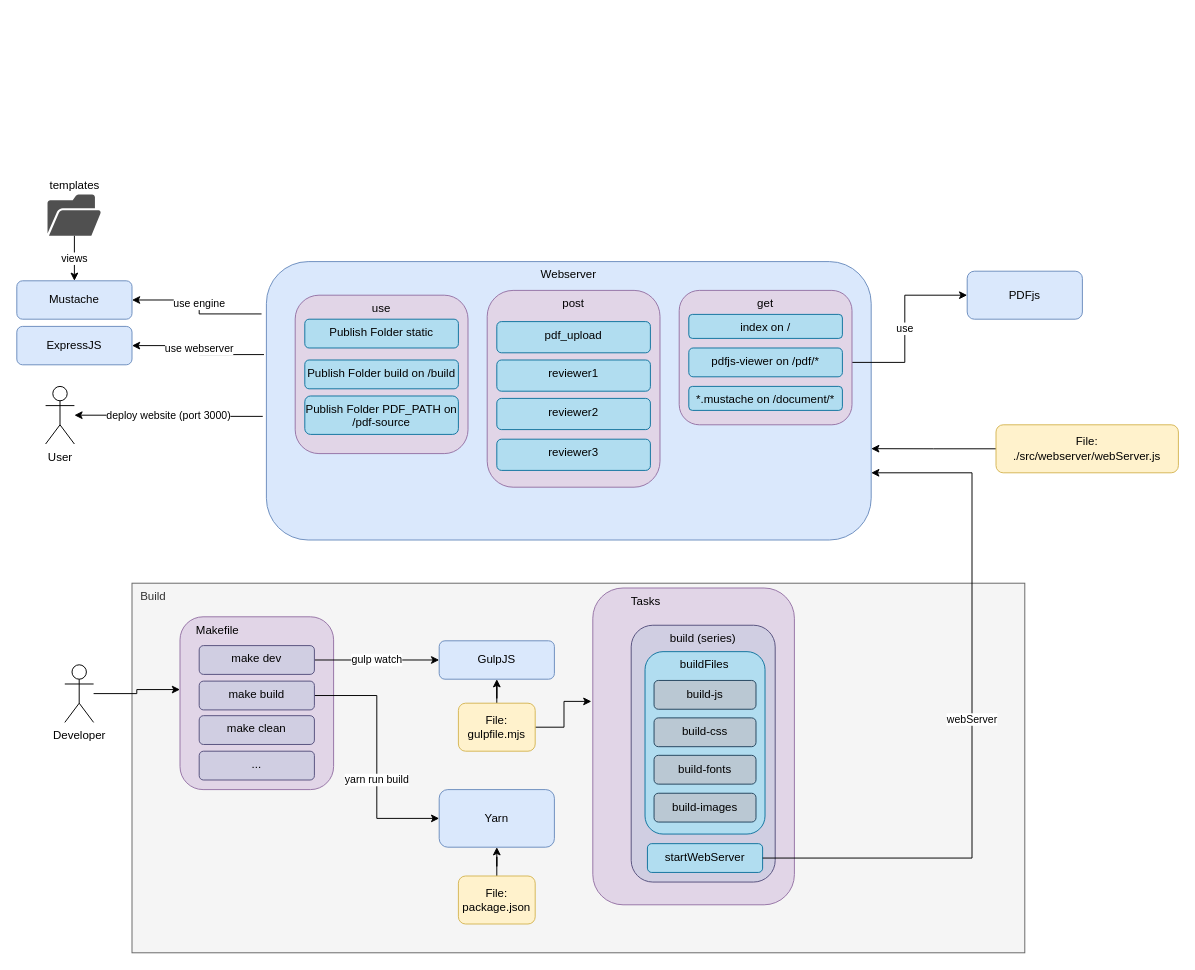
The draw.io diagram page "Content Server" (1 of 3) of content-server/docs/architecture.drawio in UKPLab/CARE, before the edit. Source tidied: cells renumbered, new cells numbered last; positions are measured from the earlier drawing's top-left corner, leaving out a move shared by most shapes. Both pictures are drawn from the tidied source at 96%, with x=0, y=0 at pixel (16, 194).
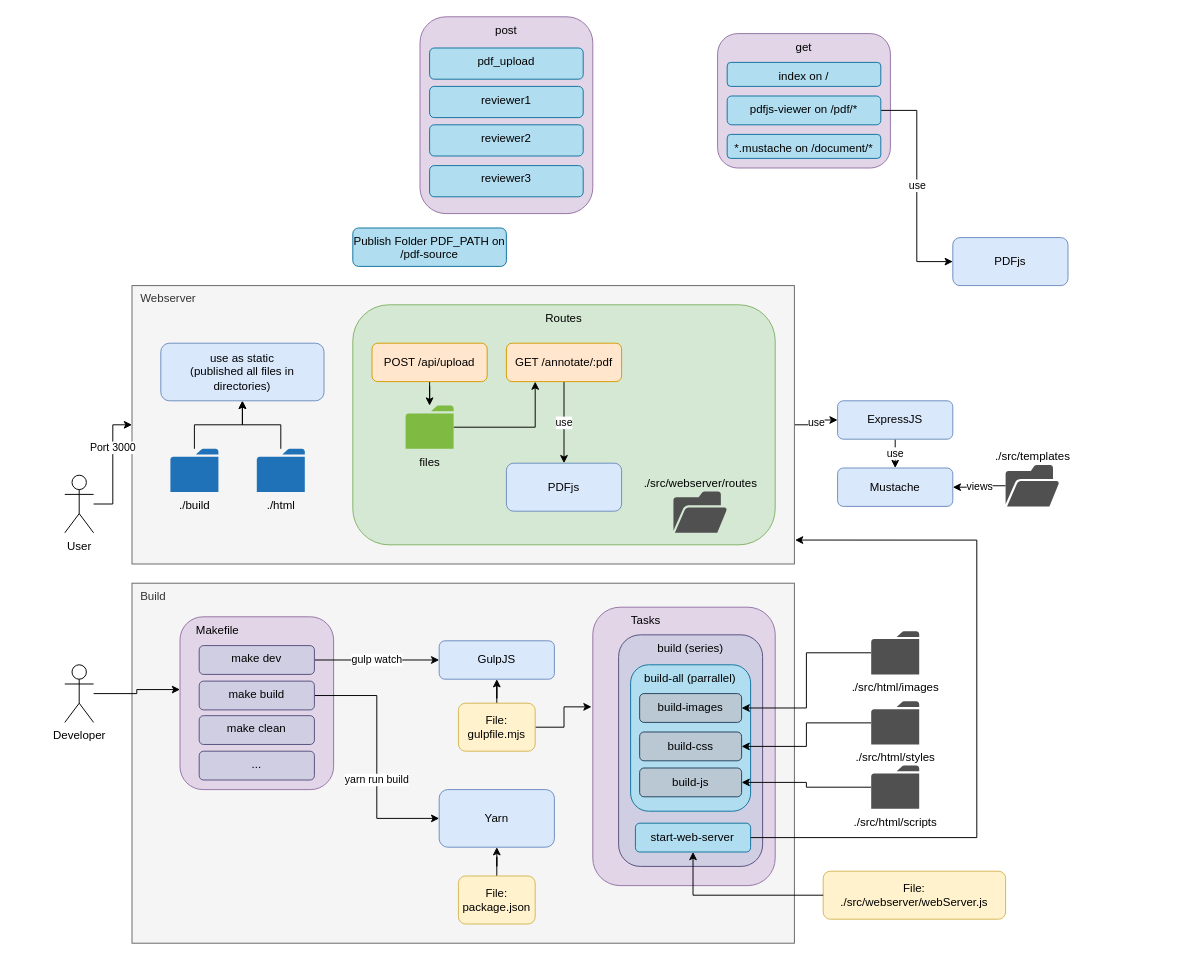
The same diagram, later.

Diff of the diagram source:
```diff
@@
+    <mxCell id="54" value="get" style="rounded=1;whiteSpace=wrap;html=1;align=center;verticalAlign=top;fillColor=#e1d5e7;strokeColor=#9673a6;" parent="1" vertex="1">
+      <mxGeometry x="730" y="-167.5" width="180" height="140" as="geometry" />
+    </mxCell>
     <mxCell id="2" value="Build" style="rounded=0;whiteSpace=wrap;html=1;align=left;verticalAlign=top;spacingLeft=7;fillColor=#f5f5f5;strokeColor=#666666;fontColor=#333333;" parent="1" vertex="1">
-      <mxGeometry x="120" y="405" width="930" height="385" as="geometry" />
+      <mxGeometry x="120" y="405" width="690" height="375" as="geometry" />
     </mxCell>
     <mxCell id="3" value="User" style="shape=umlActor;verticalLabelPosition=bottom;verticalAlign=top;html=1;outlineConnect=0;" parent="1" vertex="1">
-      <mxGeometry x="30" y="200" width="30" height="60" as="geometry" />
+      <mxGeometry x="50" y="292.5" width="30" height="60" as="geometry" />
     </mxCell>
-    <mxCell id="4" value="deploy website (port 3000)" style="edgeStyle=orthogonalEdgeStyle;rounded=0;jettySize=auto;html=1;exitX=-0.006;exitY=0.556;exitDx=0;exitDy=0;exitPerimeter=0;" parent="1" edge="1" source="7" target="3">
-      <mxGeometry relative="1" as="geometry" />
-    </mxCell>
-    <mxCell id="5" value="use engine" style="edgeStyle=orthogonalEdgeStyle;rounded=0;jettySize=auto;html=1;entryX=1;entryY=0.5;entryDx=0;entryDy=0;exitX=-0.008;exitY=0.188;exitDx=0;exitDy=0;exitPerimeter=0;" parent="1" edge="1" source="7" target="37">
-      <mxGeometry relative="1" as="geometry" />
-    </mxCell>
-    <mxCell id="6" value="use webserver" style="edgeStyle=orthogonalEdgeStyle;rounded=0;jettySize=auto;html=1;entryX=1;entryY=0.5;entryDx=0;entryDy=0;exitX=-0.004;exitY=0.334;exitDx=0;exitDy=0;exitPerimeter=0;" parent="1" edge="1" source="7" target="42">
+    <mxCell id="6" value="use" style="edgeStyle=orthogonalEdgeStyle;rounded=0;jettySize=auto;html=1;entryX=0;entryY=0.5;entryDx=0;entryDy=0;" parent="1" edge="1" source="7" target="42">
       <mxGeometry relative="1" as="geometry" />
     </mxCell>
-    <mxCell id="7" value="Webserver" style="rounded=1;whiteSpace=wrap;html=1;fillColor=#dae8fc;strokeColor=#6c8ebf;verticalAlign=top;" parent="1" vertex="1">
-      <mxGeometry x="260" y="70" width="630" height="290" as="geometry" />
+    <mxCell id="7" value="Webserver" style="rounded=0;whiteSpace=wrap;html=1;fillColor=#f5f5f5;strokeColor=#666666;verticalAlign=top;align=left;fontColor=#333333;spacingLeft=7;" parent="1" vertex="1">
+      <mxGeometry x="120" y="95" width="690" height="290" as="geometry" />
     </mxCell>
@@
-    <mxCell id="25" value="Tasks" style="rounded=1;whiteSpace=wrap;html=1;align=left;verticalAlign=top;spacingLeft=38;fillColor=#e1d5e7;strokeColor=#9673a6;" parent="1" vertex="1">
-      <mxGeometry x="600" y="410" width="210" height="330" as="geometry" />
-    </mxCell>
-    <mxCell id="26" style="group;" parent="1" vertex="1">
-      <mxGeometry x="640" y="448.8" width="150" height="267.5" as="geometry" />
-    </mxCell>
-    <mxCell id="27" value="build (series)" style="rounded=1;whiteSpace=wrap;html=1;align=center;verticalAlign=top;fillColor=#d0cee2;strokeColor=#56517e;" parent="26" vertex="1">
-      <mxGeometry width="150" height="267.5" as="geometry" />
-    </mxCell>
-    <mxCell id="28" value="buildFiles" style="rounded=1;whiteSpace=wrap;html=1;align=center;verticalAlign=top;fillColor=#b1ddf0;strokeColor=#10739e;" parent="26" vertex="1">
-      <mxGeometry x="14.4" y="27.5" width="125" height="190" as="geometry" />
-    </mxCell>
-    <mxCell id="29" value="build-js" style="rounded=1;whiteSpace=wrap;html=1;align=center;verticalAlign=middle;fillColor=#bac8d3;strokeColor=#23445d;" parent="26" vertex="1">
-      <mxGeometry x="23.8" y="57.5" width="106.2" height="30" as="geometry" />
-    </mxCell>
-    <mxCell id="30" value="build-css" style="rounded=1;whiteSpace=wrap;html=1;align=center;verticalAlign=middle;fillColor=#bac8d3;strokeColor=#23445d;" parent="26" vertex="1">
-      <mxGeometry x="23.8" y="96.5" width="106.2" height="30" as="geometry" />
-    </mxCell>
-    <mxCell id="31" value="build-fonts" style="rounded=1;whiteSpace=wrap;html=1;align=center;verticalAlign=middle;fillColor=#bac8d3;strokeColor=#23445d;" parent="26" vertex="1">
-      <mxGeometry x="23.8" y="135.5" width="106.2" height="30" as="geometry" />
-    </mxCell>
-    <mxCell id="32" value="build-images" style="rounded=1;whiteSpace=wrap;html=1;align=center;verticalAlign=middle;fillColor=#bac8d3;strokeColor=#23445d;" parent="26" vertex="1">
-      <mxGeometry x="23.8" y="175" width="106.2" height="30" as="geometry" />
-    </mxCell>
-    <mxCell id="33" value="startWebServer" style="rounded=1;whiteSpace=wrap;html=1;align=center;verticalAlign=middle;fillColor=#b1ddf0;strokeColor=#10739e;" parent="26" vertex="1">
-      <mxGeometry x="16.9" y="227.5" width="120" height="30" as="geometry" />
-    </mxCell>
-    <mxCell id="34" value="webServer" style="edgeStyle=orthogonalEdgeStyle;rounded=0;jettySize=auto;html=1;exitX=1;exitY=0.5;exitDx=0;exitDy=0;" parent="1" edge="1" source="33">
-      <mxGeometry relative="1" as="geometry">
-        <mxPoint x="890" y="290" as="targetPoint" />
-        <Array as="points">
-          <mxPoint x="995" y="691" />
-          <mxPoint x="995" y="290" />
-          <mxPoint x="890" y="290" />
-        </Array>
-      </mxGeometry>
-    </mxCell>
-    <mxCell id="35" style="edgeStyle=orthogonalEdgeStyle;rounded=0;jettySize=auto;html=1;entryX=1;entryY=0.672;entryDx=0;entryDy=0;entryPerimeter=0;" parent="1" edge="1" source="36" target="7">
-      <mxGeometry relative="1" as="geometry" />
-    </mxCell>
     <mxCell id="36" value="File:&lt;br&gt;./src/webserver/webServer.js" style="whiteSpace=wrap;html=1;rounded=1;align=center;verticalAlign=middle;fillColor=#fff2cc;strokeColor=#d6b656;" parent="1" vertex="1">
-      <mxGeometry x="1020" y="240" width="190" height="50" as="geometry" />
+      <mxGeometry x="840" y="705" width="190" height="50" as="geometry" />
     </mxCell>
     <mxCell id="37" value="Mustache" style="rounded=1;whiteSpace=wrap;html=1;align=center;verticalAlign=middle;fillColor=#dae8fc;strokeColor=#6c8ebf;" parent="1" vertex="1">
-      <mxGeometry y="90" width="120" height="40" as="geometry" />
+      <mxGeometry x="855" y="285" width="120" height="40" as="geometry" />
     </mxCell>
-    <mxCell id="38" value="use" style="rounded=1;whiteSpace=wrap;html=1;align=center;verticalAlign=top;fillColor=#e1d5e7;strokeColor=#9673a6;" parent="1" vertex="1">
-      <mxGeometry x="290" y="105" width="180" height="165" as="geometry" />
-    </mxCell>
-    <mxCell id="39" value="Publish Folder static" style="rounded=1;whiteSpace=wrap;html=1;align=center;verticalAlign=top;fillColor=#b1ddf0;strokeColor=#10739e;" parent="1" vertex="1">
-      <mxGeometry x="300" y="130" width="160" height="30" as="geometry" />
-    </mxCell>
-    <mxCell id="40" value="Publish Folder build on /build" style="rounded=1;whiteSpace=wrap;html=1;align=center;verticalAlign=top;fillColor=#b1ddf0;strokeColor=#10739e;" parent="1" vertex="1">
-      <mxGeometry x="300" y="172.5" width="160" height="30" as="geometry" />
-    </mxCell>
     <mxCell id="41" value="Publish Folder PDF_PATH on /pdf-source" style="rounded=1;whiteSpace=wrap;html=1;align=center;verticalAlign=top;fillColor=#b1ddf0;strokeColor=#10739e;" parent="1" vertex="1">
-      <mxGeometry x="300" y="210" width="160" height="40" as="geometry" />
+      <mxGeometry x="350" y="35" width="160" height="40" as="geometry" />
     </mxCell>
+    <mxCell id="58" value="use" style="edgeStyle=orthogonalEdgeStyle;rounded=0;jettySize=auto;html=1;" parent="1" edge="1" source="42" target="37">
+      <mxGeometry relative="1" as="geometry" />
+    </mxCell>
     <mxCell id="42" value="ExpressJS" style="rounded=1;whiteSpace=wrap;html=1;align=center;verticalAlign=middle;fillColor=#dae8fc;strokeColor=#6c8ebf;" parent="1" vertex="1">
-      <mxGeometry y="137.5" width="120" height="40" as="geometry" />
+      <mxGeometry x="855" y="215" width="120" height="40" as="geometry" />
     </mxCell>
     <mxCell id="43" style="group;" parent="1" vertex="1">
-      <mxGeometry x="490" y="100" width="180" height="205" as="geometry" />
+      <mxGeometry x="420" y="-185" width="180" height="205" as="geometry" />
     </mxCell>
@@
     <mxCell id="49" value="PDFjs" style="rounded=1;whiteSpace=wrap;html=1;align=center;verticalAlign=middle;fillColor=#dae8fc;strokeColor=#6c8ebf;" parent="1" vertex="1">
-      <mxGeometry x="990" y="80" width="120" height="50" as="geometry" />
+      <mxGeometry x="975" y="45" width="120" height="50" as="geometry" />
     </mxCell>
@@
-    <mxCell id="52" value="templates" style="sketch=0;shadow=0;dashed=0;html=1;strokeColor=none;fillColor=#505050;labelPosition=center;verticalLabelPosition=top;verticalAlign=bottom;outlineConnect=0;align=center;shape=mxgraph.office.concepts.folder_open;rounded=1;" parent="1" vertex="1">
-      <mxGeometry x="32" width="56" height="43" as="geometry" />
+    <mxCell id="52" value="./src/templates" style="sketch=0;shadow=0;dashed=0;html=1;strokeColor=none;fillColor=#505050;labelPosition=center;verticalLabelPosition=top;verticalAlign=bottom;outlineConnect=0;align=center;shape=mxgraph.office.concepts.folder_open;rounded=1;" parent="1" vertex="1">
+      <mxGeometry x="1030" y="282" width="56" height="43" as="geometry" />
     </mxCell>
-    <mxCell id="53" style="group;" parent="1" vertex="1">
-      <mxGeometry x="690" y="100" width="180" height="140" as="geometry" />
-    </mxCell>
-    <mxCell id="54" value="get" style="rounded=1;whiteSpace=wrap;html=1;align=center;verticalAlign=top;fillColor=#e1d5e7;strokeColor=#9673a6;" parent="53" vertex="1">
-      <mxGeometry width="180" height="140" as="geometry" />
-    </mxCell>
+    <mxCell id="59" style="group;" parent="1" vertex="1">
+      <mxGeometry x="600" y="430" width="190" height="290" as="geometry" />
+    </mxCell>
+    <mxCell id="25" value="Tasks" style="rounded=1;whiteSpace=wrap;html=1;align=left;verticalAlign=top;spacingLeft=38;fillColor=#e1d5e7;strokeColor=#9673a6;" parent="59" vertex="1">
+      <mxGeometry width="190" height="290" as="geometry" />
+    </mxCell>
+    <mxCell id="27" value="build (series)" style="rounded=1;whiteSpace=wrap;html=1;align=center;verticalAlign=top;fillColor=#d0cee2;strokeColor=#56517e;" parent="59" vertex="1">
+      <mxGeometry x="26.9" y="28.8" width="150" height="241.2" as="geometry" />
+    </mxCell>
+    <mxCell id="28" value="build-all (parrallel)" style="rounded=1;whiteSpace=wrap;html=1;align=center;verticalAlign=top;fillColor=#b1ddf0;strokeColor=#10739e;" parent="59" vertex="1">
+      <mxGeometry x="39.4" y="60" width="125" height="152.5" as="geometry" />
+    </mxCell>
+    <mxCell id="29" value="build-images" style="rounded=1;whiteSpace=wrap;html=1;align=center;verticalAlign=middle;fillColor=#bac8d3;strokeColor=#23445d;" parent="59" vertex="1">
+      <mxGeometry x="48.8" y="90" width="106.2" height="30" as="geometry" />
+    </mxCell>
+    <mxCell id="30" value="build-css" style="rounded=1;whiteSpace=wrap;html=1;align=center;verticalAlign=middle;fillColor=#bac8d3;strokeColor=#23445d;" parent="59" vertex="1">
+      <mxGeometry x="48.8" y="130" width="106.2" height="30" as="geometry" />
+    </mxCell>
+    <mxCell id="31" value="build-js" style="rounded=1;whiteSpace=wrap;html=1;align=center;verticalAlign=middle;fillColor=#bac8d3;strokeColor=#23445d;" parent="59" vertex="1">
+      <mxGeometry x="48.8" y="167.5" width="106.2" height="30" as="geometry" />
+    </mxCell>
+    <mxCell id="33" value="start-web-server" style="rounded=1;whiteSpace=wrap;html=1;align=center;verticalAlign=middle;fillColor=#b1ddf0;strokeColor=#10739e;" parent="59" vertex="1">
+      <mxGeometry x="44.4" y="225" width="120" height="30" as="geometry" />
+    </mxCell>
+    <mxCell id="34" style="edgeStyle=orthogonalEdgeStyle;rounded=0;jettySize=auto;html=1;exitX=1;exitY=0.5;exitDx=0;exitDy=0;entryX=1.001;entryY=0.914;entryDx=0;entryDy=0;entryPerimeter=0;" parent="1" edge="1" source="33" target="7">
+      <mxGeometry relative="1" as="geometry">
+        <Array as="points">
+          <mxPoint x="1000" y="670" />
+          <mxPoint x="1000" y="360" />
+        </Array>
+      </mxGeometry>
+    </mxCell>
+    <mxCell id="60" style="edgeStyle=orthogonalEdgeStyle;rounded=0;jettySize=auto;html=1;entryX=1;entryY=0.5;entryDx=0;entryDy=0;" parent="1" edge="1" source="61" target="29">
+      <mxGeometry relative="1" as="geometry" />
+    </mxCell>
+    <mxCell id="61" value="./src/html/images" style="sketch=0;shadow=0;dashed=0;html=1;strokeColor=none;fillColor=#505050;labelPosition=center;verticalLabelPosition=bottom;verticalAlign=top;outlineConnect=0;align=center;shape=mxgraph.office.concepts.folder;rounded=0;" parent="1" vertex="1">
+      <mxGeometry x="890" y="455" width="50" height="45" as="geometry" />
+    </mxCell>
+    <mxCell id="62" style="edgeStyle=orthogonalEdgeStyle;rounded=0;jettySize=auto;html=1;entryX=1;entryY=0.5;entryDx=0;entryDy=0;" parent="1" edge="1" source="63" target="30">
+      <mxGeometry relative="1" as="geometry" />
+    </mxCell>
+    <mxCell id="63" value="./src/html/styles" style="sketch=0;shadow=0;dashed=0;html=1;strokeColor=none;fillColor=#505050;labelPosition=center;verticalLabelPosition=bottom;verticalAlign=top;outlineConnect=0;align=center;shape=mxgraph.office.concepts.folder;rounded=0;" parent="1" vertex="1">
+      <mxGeometry x="890" y="528" width="50" height="45" as="geometry" />
+    </mxCell>
+    <mxCell id="64" style="edgeStyle=orthogonalEdgeStyle;rounded=0;jettySize=auto;html=1;entryX=1;entryY=0.5;entryDx=0;entryDy=0;" parent="1" edge="1" source="65" target="31">
+      <mxGeometry relative="1" as="geometry" />
+    </mxCell>
+    <mxCell id="65" value="./src/html/scripts" style="sketch=0;shadow=0;dashed=0;html=1;strokeColor=none;fillColor=#505050;labelPosition=center;verticalLabelPosition=bottom;verticalAlign=top;outlineConnect=0;align=center;shape=mxgraph.office.concepts.folder;rounded=0;" parent="1" vertex="1">
+      <mxGeometry x="890" y="595" width="50" height="45" as="geometry" />
+    </mxCell>
+    <mxCell id="66" style="edgeStyle=orthogonalEdgeStyle;rounded=0;jettySize=auto;html=1;entryX=0.5;entryY=1;entryDx=0;entryDy=0;" parent="1" edge="1" source="36" target="33">
+      <mxGeometry relative="1" as="geometry" />
+    </mxCell>
+    <mxCell id="67" style="edgeStyle=orthogonalEdgeStyle;rounded=0;jettySize=auto;html=1;entryX=0;entryY=0.5;entryDx=0;entryDy=0;" parent="1" edge="1" source="3" target="7">
+      <mxGeometry relative="1" as="geometry" />
+    </mxCell>
+    <mxCell id="68" value="Port 3000" style="edgeLabel;html=1;align=center;verticalAlign=middle;" parent="67" vertex="1">
+      <mxGeometry x="0.3" y="1" relative="1" as="geometry">
+        <mxPoint y="1" as="offset" />
+      </mxGeometry>
+    </mxCell>
-    <mxCell id="55" value="index on /" style="rounded=1;whiteSpace=wrap;html=1;align=center;verticalAlign=top;fillColor=#b1ddf0;strokeColor=#10739e;" parent="53" vertex="1">
-      <mxGeometry x="10" y="25" width="160" height="25" as="geometry" />
+    <mxCell id="55" value="index on /" style="rounded=1;whiteSpace=wrap;html=1;align=center;verticalAlign=top;fillColor=#b1ddf0;strokeColor=#10739e;" parent="1" vertex="1">
+      <mxGeometry x="740" y="-137.5" width="160" height="25" as="geometry" />
     </mxCell>
-    <mxCell id="56" value="pdfjs-viewer on /pdf/*" style="rounded=1;whiteSpace=wrap;html=1;align=center;verticalAlign=top;fillColor=#b1ddf0;strokeColor=#10739e;" parent="53" vertex="1">
-      <mxGeometry x="10" y="60" width="160" height="30" as="geometry" />
+    <mxCell id="56" value="pdfjs-viewer on /pdf/*" style="rounded=1;whiteSpace=wrap;html=1;align=center;verticalAlign=top;fillColor=#b1ddf0;strokeColor=#10739e;" parent="1" vertex="1">
+      <mxGeometry x="740" y="-102.5" width="160" height="30" as="geometry" />
     </mxCell>
-    <mxCell id="57" value="*.mustache on /document/*" style="rounded=1;whiteSpace=wrap;html=1;align=center;verticalAlign=top;fillColor=#b1ddf0;strokeColor=#10739e;" parent="53" vertex="1">
-      <mxGeometry x="10" y="100" width="160" height="25" as="geometry" />
+    <mxCell id="57" value="*.mustache on /document/*" style="rounded=1;whiteSpace=wrap;html=1;align=center;verticalAlign=top;fillColor=#b1ddf0;strokeColor=#10739e;" parent="1" vertex="1">
+      <mxGeometry x="740" y="-62.5" width="160" height="25" as="geometry" />
     </mxCell>
+    <mxCell id="69" style="edgeStyle=orthogonalEdgeStyle;rounded=0;jettySize=auto;html=1;" parent="1" edge="1" source="70" target="73">
+      <mxGeometry relative="1" as="geometry" />
+    </mxCell>
+    <mxCell id="70" value="./build" style="sketch=0;shadow=0;dashed=0;html=1;strokeColor=none;labelPosition=center;verticalLabelPosition=bottom;verticalAlign=top;outlineConnect=0;align=center;shape=mxgraph.office.concepts.folder;fillColor=#2072B8;rounded=0;" parent="1" vertex="1">
+      <mxGeometry x="160" y="265" width="50" height="45" as="geometry" />
+    </mxCell>
+    <mxCell id="71" style="edgeStyle=orthogonalEdgeStyle;rounded=0;jettySize=auto;html=1;" parent="1" edge="1" source="72" target="73">
+      <mxGeometry relative="1" as="geometry" />
+    </mxCell>
+    <mxCell id="72" value="./html" style="sketch=0;shadow=0;dashed=0;html=1;strokeColor=none;labelPosition=center;verticalLabelPosition=bottom;verticalAlign=top;outlineConnect=0;align=center;shape=mxgraph.office.concepts.folder;fillColor=#2072B8;rounded=0;" parent="1" vertex="1">
+      <mxGeometry x="250" y="265" width="50" height="45" as="geometry" />
+    </mxCell>
+    <mxCell id="73" value="use as static&lt;br&gt;(published all files in directories)" style="rounded=1;whiteSpace=wrap;html=1;fillColor=#dae8fc;strokeColor=#6c8ebf;" parent="1" vertex="1">
+      <mxGeometry x="150" y="155" width="170" height="60" as="geometry" />
+    </mxCell>
+    <mxCell id="74" value="Routes" style="rounded=1;whiteSpace=wrap;html=1;verticalAlign=top;fillColor=#d5e8d4;strokeColor=#82b366;" parent="1" vertex="1">
+      <mxGeometry x="350" y="115" width="440" height="250" as="geometry" />
+    </mxCell>
+    <mxCell id="75" style="edgeStyle=orthogonalEdgeStyle;rounded=0;jettySize=auto;html=1;" parent="1" edge="1" source="76" target="79">
+      <mxGeometry relative="1" as="geometry" />
+    </mxCell>
+    <mxCell id="76" value="POST /api/upload" style="rounded=1;whiteSpace=wrap;html=1;fillColor=#ffe6cc;strokeColor=#d79b00;" parent="1" vertex="1">
+      <mxGeometry x="370" y="155" width="120" height="40" as="geometry" />
+    </mxCell>
+    <mxCell id="77" value="./src/webserver/routes" style="sketch=0;shadow=0;dashed=0;html=1;strokeColor=none;fillColor=#505050;labelPosition=center;verticalLabelPosition=top;verticalAlign=bottom;align=center;shape=mxgraph.office.concepts.folder_open;rounded=1;" parent="1" vertex="1">
+      <mxGeometry x="684" y="309.5" width="56" height="43" as="geometry" />
+    </mxCell>
+    <mxCell id="78" style="edgeStyle=orthogonalEdgeStyle;rounded=0;jettySize=auto;html=1;entryX=0.25;entryY=1;entryDx=0;entryDy=0;" parent="1" edge="1" source="79" target="81">
+      <mxGeometry relative="1" as="geometry" />
+    </mxCell>
+    <mxCell id="79" value="files" style="sketch=0;shadow=0;dashed=0;html=1;strokeColor=none;labelPosition=center;verticalLabelPosition=bottom;verticalAlign=top;outlineConnect=0;align=center;shape=mxgraph.office.concepts.folder;fillColor=#7FBA42;rounded=0;" parent="1" vertex="1">
+      <mxGeometry x="405" y="220" width="50" height="45" as="geometry" />
+    </mxCell>
+    <mxCell id="80" value="use" style="edgeStyle=orthogonalEdgeStyle;rounded=0;jettySize=auto;html=1;" parent="1" edge="1" source="81" target="82">
+      <mxGeometry relative="1" as="geometry" />
+    </mxCell>
+    <mxCell id="81" value="GET /annotate/:pdf" style="rounded=1;whiteSpace=wrap;html=1;fillColor=#ffe6cc;strokeColor=#d79b00;" parent="1" vertex="1">
+      <mxGeometry x="510" y="155" width="120" height="40" as="geometry" />
+    </mxCell>
+    <mxCell id="82" value="PDFjs" style="rounded=1;whiteSpace=wrap;html=1;align=center;verticalAlign=middle;fillColor=#dae8fc;strokeColor=#6c8ebf;" parent="1" vertex="1">
+      <mxGeometry x="510" y="280" width="120" height="50" as="geometry" />
+    </mxCell>
```
